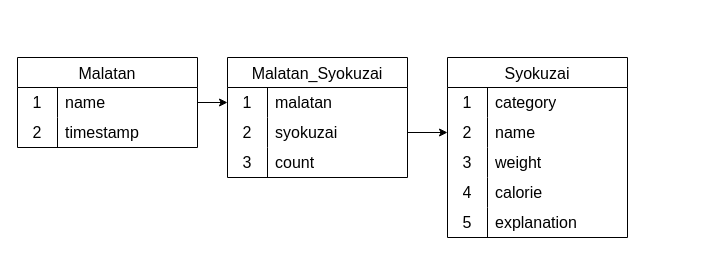
Before: public/er.dio in namerouboy/malatangenerator, a draw.io diagram. Source tidied: cells renumbered, new cells numbered last; positions are measured from the earlier drawing's top-left corner, leaving out a move shared by most shapes. Both pictures are drawn from the tidied source at 100%, with x=0, y=0 at pixel (17, 57).
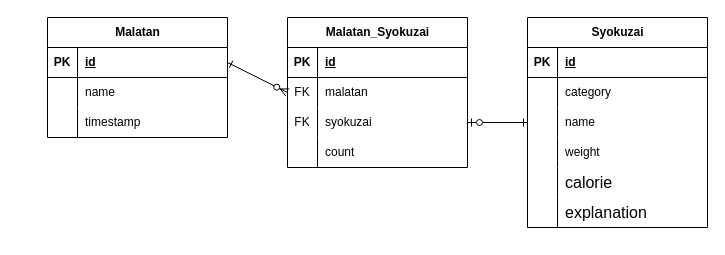
The same diagram, later.

Diff of the diagram source:
```diff
@@
-    <mxCell id="2" value="Syokuzai" style="shape=table;startSize=30;childLayout=tableLayout;rowLines=0;fontStyle=0;strokeColor=default;fontSize=16;" parent="1" vertex="1">
-      <mxGeometry x="430" width="180" height="180" as="geometry" />
-    </mxCell>
-    <mxCell id="3" style="shape=tableRow;horizontal=0;startSize=0;swimlaneHead=0;swimlaneBody=0;top=0;left=0;bottom=0;right=0;fillColor=none;strokeColor=inherit;fontSize=16;" parent="2" vertex="1">
-      <mxGeometry y="30" width="180" height="30" as="geometry" />
-    </mxCell>
-    <mxCell id="4" value="1" style="shape=partialRectangle;html=1;whiteSpace=wrap;fillColor=none;top=0;left=0;bottom=0;right=0;overflow=hidden;strokeColor=inherit;fontSize=16;" parent="3" vertex="1">
-      <mxGeometry width="40" height="30" as="geometry" />
-    </mxCell>
-    <mxCell id="5" value="category" style="shape=partialRectangle;html=1;whiteSpace=wrap;fillColor=none;top=0;left=0;bottom=0;right=0;align=left;spacingLeft=6;overflow=hidden;strokeColor=inherit;fontSize=16;" parent="3" vertex="1">
-      <mxGeometry x="40" width="140" height="30" as="geometry" />
-    </mxCell>
-    <mxCell id="6" style="shape=tableRow;horizontal=0;startSize=0;swimlaneHead=0;swimlaneBody=0;top=0;left=0;bottom=0;right=0;fillColor=none;points=[[0,0.5],[1,0.5]];portConstraint=eastwest;strokeColor=inherit;fontSize=16;" parent="2" vertex="1">
-      <mxGeometry y="60" width="180" height="30" as="geometry" />
-    </mxCell>
-    <mxCell id="7" value="2" style="shape=partialRectangle;html=1;whiteSpace=wrap;fillColor=none;top=0;left=0;bottom=0;right=0;overflow=hidden;strokeColor=inherit;fontSize=16;" parent="6" vertex="1">
-      <mxGeometry width="40" height="30" as="geometry" />
-    </mxCell>
-    <mxCell id="8" value="name" style="shape=partialRectangle;html=1;whiteSpace=wrap;fillColor=none;top=0;left=0;bottom=0;right=0;align=left;spacingLeft=6;overflow=hidden;strokeColor=inherit;fontSize=16;" parent="6" vertex="1">
-      <mxGeometry x="40" width="140" height="30" as="geometry" />
-    </mxCell>
-    <mxCell id="9" style="shape=tableRow;horizontal=0;startSize=0;swimlaneHead=0;swimlaneBody=0;top=0;left=0;bottom=0;right=0;fillColor=none;strokeColor=inherit;fontSize=16;" parent="2" vertex="1">
-      <mxGeometry y="90" width="180" height="30" as="geometry" />
-    </mxCell>
-    <mxCell id="10" value="3" style="shape=partialRectangle;html=1;whiteSpace=wrap;fillColor=none;top=0;left=0;bottom=0;right=0;overflow=hidden;strokeColor=inherit;fontSize=16;" parent="9" vertex="1">
-      <mxGeometry width="40" height="30" as="geometry" />
-    </mxCell>
-    <mxCell id="11" value="weight" style="shape=partialRectangle;html=1;whiteSpace=wrap;fillColor=none;top=0;left=0;bottom=0;right=0;align=left;spacingLeft=6;overflow=hidden;strokeColor=inherit;fontSize=16;" parent="9" vertex="1">
-      <mxGeometry x="40" width="140" height="30" as="geometry" />
-    </mxCell>
-    <mxCell id="12" style="shape=tableRow;horizontal=0;startSize=0;swimlaneHead=0;swimlaneBody=0;top=0;left=0;bottom=0;right=0;fillColor=none;strokeColor=inherit;fontSize=16;" parent="2" vertex="1">
-      <mxGeometry y="120" width="180" height="30" as="geometry" />
-    </mxCell>
-    <mxCell id="13" value="4" style="shape=partialRectangle;html=1;whiteSpace=wrap;fillColor=none;top=0;left=0;bottom=0;right=0;overflow=hidden;strokeColor=inherit;fontSize=16;" parent="12" vertex="1">
-      <mxGeometry width="40" height="30" as="geometry" />
-    </mxCell>
-    <mxCell id="14" value="calorie" style="shape=partialRectangle;html=1;whiteSpace=wrap;fillColor=none;top=0;left=0;bottom=0;right=0;align=left;spacingLeft=6;overflow=hidden;strokeColor=inherit;fontSize=16;" parent="12" vertex="1">
-      <mxGeometry x="40" width="140" height="30" as="geometry" />
-    </mxCell>
-    <mxCell id="15" style="shape=tableRow;horizontal=0;startSize=0;swimlaneHead=0;swimlaneBody=0;top=0;left=0;bottom=0;right=0;fillColor=none;strokeColor=inherit;fontSize=16;" parent="2" vertex="1">
-      <mxGeometry y="150" width="180" height="30" as="geometry" />
-    </mxCell>
-    <mxCell id="16" value="5" style="shape=partialRectangle;html=1;whiteSpace=wrap;fillColor=none;top=0;left=0;bottom=0;right=0;overflow=hidden;strokeColor=inherit;fontSize=16;" parent="15" vertex="1">
-      <mxGeometry width="40" height="30" as="geometry" />
-    </mxCell>
-    <mxCell id="17" value="explanation" style="shape=partialRectangle;html=1;whiteSpace=wrap;fillColor=none;top=0;left=0;bottom=0;right=0;align=left;spacingLeft=6;overflow=hidden;strokeColor=inherit;fontSize=16;" parent="15" vertex="1">
-      <mxGeometry x="40" width="140" height="30" as="geometry" />
-    </mxCell>
+    <mxCell id="37" style="fontSize=12;html=1;endArrow=ERzeroToMany;startArrow=ERone;exitX=1;exitY=0.5;exitDx=0;exitDy=0;entryX=0;entryY=0.5;entryDx=0;entryDy=0;startFill=0;" parent="1" edge="1" source="39" target="50">
+      <mxGeometry relative="1" as="geometry" />
+    </mxCell>
+    <mxCell id="38" style="fontSize=12;html=1;endArrow=ERone;startArrow=ERzeroToOne;exitX=1;exitY=0.5;exitDx=0;exitDy=0;entryX=0;entryY=0.5;entryDx=0;entryDy=0;startFill=0;endFill=0;" parent="1" edge="1" source="52" target="61">
+      <mxGeometry relative="1" as="geometry" />
+    </mxCell>
-    <mxCell id="18" value="Malatan" style="shape=table;startSize=30;childLayout=tableLayout;rowLines=0;fontStyle=0;strokeColor=default;fontSize=16;" parent="1" vertex="1">
-      <mxGeometry width="180" height="90" as="geometry" />
+    <mxCell id="18" value="Malatan" style="shape=table;startSize=30;childLayout=tableLayout;rowLines=0;fontStyle=1;align=center;html=1;" parent="1" vertex="1">
+      <mxGeometry x="30" y="-40" width="180" height="120" as="geometry" />
     </mxCell>
-    <mxCell id="19" style="shape=tableRow;horizontal=0;startSize=0;swimlaneHead=0;swimlaneBody=0;top=0;left=0;bottom=0;right=0;fillColor=none;points=[[0,0.5],[1,0.5]];portConstraint=eastwest;strokeColor=inherit;fontSize=16;" parent="18" vertex="1">
-      <mxGeometry y="30" width="180" height="30" as="geometry" />
-    </mxCell>
-    <mxCell id="20" value="1" style="shape=partialRectangle;html=1;whiteSpace=wrap;fillColor=none;top=0;left=0;bottom=0;right=0;overflow=hidden;strokeColor=inherit;fontSize=16;" parent="19" vertex="1">
-      <mxGeometry width="40" height="30" as="geometry" />
-    </mxCell>
-    <mxCell id="21" value="name" style="shape=partialRectangle;html=1;whiteSpace=wrap;fillColor=none;top=0;left=0;bottom=0;right=0;align=left;spacingLeft=6;overflow=hidden;strokeColor=inherit;fontSize=16;" parent="19" vertex="1">
-      <mxGeometry x="40" width="140" height="30" as="geometry" />
-    </mxCell>
-    <mxCell id="22" style="shape=tableRow;horizontal=0;startSize=0;swimlaneHead=0;swimlaneBody=0;top=0;left=0;bottom=0;right=0;fillColor=none;strokeColor=inherit;fontSize=16;" parent="18" vertex="1">
-      <mxGeometry y="60" width="180" height="30" as="geometry" />
-    </mxCell>
-    <mxCell id="23" value="2" style="shape=partialRectangle;html=1;whiteSpace=wrap;fillColor=none;top=0;left=0;bottom=0;right=0;overflow=hidden;strokeColor=inherit;fontSize=16;" parent="22" vertex="1">
-      <mxGeometry width="40" height="30" as="geometry" />
-    </mxCell>
+    <mxCell id="39" style="shape=tableRow;horizontal=0;startSize=0;swimlaneHead=0;swimlaneBody=0;fillColor=none;points=[[0,0.5],[1,0.5]];portConstraint=eastwest;top=0;left=0;right=0;bottom=1;" parent="18" vertex="1">
+      <mxGeometry y="30" width="180" height="30" as="geometry" />
+    </mxCell>
+    <mxCell id="40" value="PK" style="shape=partialRectangle;fillColor=none;top=0;left=0;bottom=0;right=0;fontStyle=1;overflow=hidden;whiteSpace=wrap;html=1;" parent="39" vertex="1">
+      <mxGeometry width="30" height="30" as="geometry" />
+    </mxCell>
+    <mxCell id="41" value="id" style="shape=partialRectangle;fillColor=none;top=0;left=0;bottom=0;right=0;align=left;spacingLeft=6;fontStyle=5;overflow=hidden;whiteSpace=wrap;html=1;" parent="39" vertex="1">
+      <mxGeometry x="30" width="150" height="30" as="geometry" />
+    </mxCell>
+    <mxCell id="42" style="shape=tableRow;horizontal=0;startSize=0;swimlaneHead=0;swimlaneBody=0;fillColor=none;top=0;left=0;right=0;bottom=0;" parent="18" vertex="1">
+      <mxGeometry y="60" width="180" height="30" as="geometry" />
+    </mxCell>
+    <mxCell id="43" style="shape=partialRectangle;fillColor=none;top=0;left=0;bottom=0;right=0;overflow=hidden;whiteSpace=wrap;html=1;" parent="42" vertex="1">
+      <mxGeometry width="30" height="30" as="geometry" />
+    </mxCell>
+    <mxCell id="44" value="name" style="shape=partialRectangle;fillColor=none;top=0;left=0;bottom=0;right=0;align=left;spacingLeft=6;overflow=hidden;whiteSpace=wrap;html=1;" parent="42" vertex="1">
+      <mxGeometry x="30" width="150" height="30" as="geometry" />
+    </mxCell>
+    <mxCell id="45" style="shape=tableRow;horizontal=0;startSize=0;swimlaneHead=0;swimlaneBody=0;fillColor=none;top=0;left=0;right=0;bottom=0;" parent="18" vertex="1">
+      <mxGeometry y="90" width="180" height="30" as="geometry" />
+    </mxCell>
+    <mxCell id="46" style="shape=partialRectangle;fillColor=none;top=0;left=0;bottom=0;right=0;overflow=hidden;whiteSpace=wrap;html=1;" parent="45" vertex="1">
+      <mxGeometry width="30" height="30" as="geometry" />
+    </mxCell>
-    <mxCell id="24" value="timestamp" style="shape=partialRectangle;html=1;whiteSpace=wrap;fillColor=none;top=0;left=0;bottom=0;right=0;align=left;spacingLeft=6;overflow=hidden;strokeColor=inherit;fontSize=16;" parent="22" vertex="1">
-      <mxGeometry x="40" width="140" height="30" as="geometry" />
+    <mxCell id="24" value="timestamp" style="shape=partialRectangle;fillColor=none;top=0;left=0;bottom=0;right=0;align=left;spacingLeft=6;overflow=hidden;whiteSpace=wrap;html=1;" parent="45" vertex="1">
+      <mxGeometry x="30" width="150" height="30" as="geometry" />
     </mxCell>
-    <mxCell id="25" value="Malatan_Syokuzai" style="shape=table;startSize=30;childLayout=tableLayout;rowLines=0;fontStyle=0;strokeColor=default;fontSize=16;" parent="1" vertex="1">
-      <mxGeometry x="210" width="180" height="120" as="geometry" />
+    <mxCell id="25" value="Malatan_Syokuzai" style="shape=table;startSize=30;childLayout=tableLayout;rowLines=0;fontStyle=1;align=center;html=1;" parent="1" vertex="1">
+      <mxGeometry x="270" y="-40" width="180" height="150" as="geometry" />
     </mxCell>
-    <mxCell id="26" style="shape=tableRow;horizontal=0;startSize=0;swimlaneHead=0;swimlaneBody=0;top=0;left=0;bottom=0;right=0;fillColor=none;points=[[0,0.5],[1,0.5]];portConstraint=eastwest;strokeColor=inherit;fontSize=16;" parent="25" vertex="1">
-      <mxGeometry y="30" width="180" height="30" as="geometry" />
-    </mxCell>
-    <mxCell id="27" value="1" style="shape=partialRectangle;html=1;whiteSpace=wrap;fillColor=none;top=0;left=0;bottom=0;right=0;overflow=hidden;strokeColor=inherit;fontSize=16;" parent="26" vertex="1">
-      <mxGeometry width="40" height="30" as="geometry" />
-    </mxCell>
+    <mxCell id="47" style="shape=tableRow;horizontal=0;startSize=0;swimlaneHead=0;swimlaneBody=0;fillColor=none;top=0;left=0;right=0;bottom=1;" parent="25" vertex="1">
+      <mxGeometry y="30" width="180" height="30" as="geometry" />
+    </mxCell>
+    <mxCell id="48" value="PK" style="shape=partialRectangle;fillColor=none;top=0;left=0;bottom=0;right=0;fontStyle=1;overflow=hidden;whiteSpace=wrap;html=1;" parent="47" vertex="1">
+      <mxGeometry width="30" height="30" as="geometry" />
+    </mxCell>
+    <mxCell id="49" value="id" style="shape=partialRectangle;fillColor=none;top=0;left=0;bottom=0;right=0;align=left;spacingLeft=6;fontStyle=5;overflow=hidden;whiteSpace=wrap;html=1;" parent="47" vertex="1">
+      <mxGeometry x="30" width="150" height="30" as="geometry" />
+    </mxCell>
+    <mxCell id="50" style="shape=tableRow;horizontal=0;startSize=0;swimlaneHead=0;swimlaneBody=0;fillColor=none;points=[[0,0.5],[1,0.5]];portConstraint=eastwest;top=0;left=0;right=0;bottom=0;" parent="25" vertex="1">
+      <mxGeometry y="60" width="180" height="30" as="geometry" />
+    </mxCell>
+    <mxCell id="51" value="FK" style="shape=partialRectangle;fillColor=none;top=0;left=0;bottom=0;right=0;overflow=hidden;whiteSpace=wrap;html=1;" parent="50" vertex="1">
+      <mxGeometry width="30" height="30" as="geometry" />
+    </mxCell>
-    <mxCell id="28" value="malatan" style="shape=partialRectangle;html=1;whiteSpace=wrap;fillColor=none;top=0;left=0;bottom=0;right=0;align=left;spacingLeft=6;overflow=hidden;strokeColor=inherit;fontSize=16;" parent="26" vertex="1">
-      <mxGeometry x="40" width="140" height="30" as="geometry" />
+    <mxCell id="28" value="malatan" style="shape=partialRectangle;fillColor=none;top=0;left=0;bottom=0;right=0;align=left;spacingLeft=6;overflow=hidden;whiteSpace=wrap;html=1;" parent="50" vertex="1">
+      <mxGeometry x="30" width="150" height="30" as="geometry" />
     </mxCell>
-    <mxCell id="29" style="shape=tableRow;horizontal=0;startSize=0;swimlaneHead=0;swimlaneBody=0;top=0;left=0;bottom=0;right=0;fillColor=none;points=[[0,0.5],[1,0.5]];portConstraint=eastwest;strokeColor=inherit;fontSize=16;" parent="25" vertex="1">
-      <mxGeometry y="60" width="180" height="30" as="geometry" />
-    </mxCell>
-    <mxCell id="30" value="2" style="shape=partialRectangle;html=1;whiteSpace=wrap;fillColor=none;top=0;left=0;bottom=0;right=0;overflow=hidden;strokeColor=inherit;fontSize=16;" parent="29" vertex="1">
-      <mxGeometry width="40" height="30" as="geometry" />
-    </mxCell>
+    <mxCell id="52" style="shape=tableRow;horizontal=0;startSize=0;swimlaneHead=0;swimlaneBody=0;fillColor=none;points=[[0,0.5],[1,0.5]];portConstraint=eastwest;top=0;left=0;right=0;bottom=0;" parent="25" vertex="1">
+      <mxGeometry y="90" width="180" height="30" as="geometry" />
+    </mxCell>
+    <mxCell id="53" value="FK" style="shape=partialRectangle;fillColor=none;top=0;left=0;bottom=0;right=0;overflow=hidden;whiteSpace=wrap;html=1;" parent="52" vertex="1">
+      <mxGeometry width="30" height="30" as="geometry" />
+    </mxCell>
-    <mxCell id="31" value="syokuzai" style="shape=partialRectangle;html=1;whiteSpace=wrap;fillColor=none;top=0;left=0;bottom=0;right=0;align=left;spacingLeft=6;overflow=hidden;strokeColor=inherit;fontSize=16;" parent="29" vertex="1">
-      <mxGeometry x="40" width="140" height="30" as="geometry" />
+    <mxCell id="31" value="syokuzai" style="shape=partialRectangle;fillColor=none;top=0;left=0;bottom=0;right=0;align=left;spacingLeft=6;overflow=hidden;whiteSpace=wrap;html=1;" parent="52" vertex="1">
+      <mxGeometry x="30" width="150" height="30" as="geometry" />
     </mxCell>
-    <mxCell id="32" style="shape=tableRow;horizontal=0;startSize=0;swimlaneHead=0;swimlaneBody=0;top=0;left=0;bottom=0;right=0;fillColor=none;strokeColor=inherit;fontSize=16;" parent="25" vertex="1">
-      <mxGeometry y="90" width="180" height="30" as="geometry" />
-    </mxCell>
-    <mxCell id="33" value="3" style="shape=partialRectangle;html=1;whiteSpace=wrap;fillColor=none;top=0;left=0;bottom=0;right=0;overflow=hidden;strokeColor=inherit;fontSize=16;" parent="32" vertex="1">
-      <mxGeometry width="40" height="30" as="geometry" />
-    </mxCell>
+    <mxCell id="54" style="shape=tableRow;horizontal=0;startSize=0;swimlaneHead=0;swimlaneBody=0;fillColor=none;top=0;left=0;right=0;bottom=0;" parent="25" vertex="1">
+      <mxGeometry y="120" width="180" height="30" as="geometry" />
+    </mxCell>
+    <mxCell id="55" style="shape=partialRectangle;fillColor=none;top=0;left=0;bottom=0;right=0;overflow=hidden;whiteSpace=wrap;html=1;" parent="54" vertex="1">
+      <mxGeometry width="30" height="30" as="geometry" />
+    </mxCell>
-    <mxCell id="34" value="count" style="shape=partialRectangle;html=1;whiteSpace=wrap;fillColor=none;top=0;left=0;bottom=0;right=0;align=left;spacingLeft=6;overflow=hidden;strokeColor=inherit;fontSize=16;" parent="32" vertex="1">
-      <mxGeometry x="40" width="140" height="30" as="geometry" />
+    <mxCell id="34" value="count" style="shape=partialRectangle;fillColor=none;top=0;left=0;bottom=0;right=0;align=left;spacingLeft=6;overflow=hidden;whiteSpace=wrap;html=1;" parent="54" vertex="1">
+      <mxGeometry x="30" width="150" height="30" as="geometry" />
     </mxCell>
-    <mxCell id="35" style="edgeStyle=none;html=1;exitX=1;exitY=0.5;exitDx=0;exitDy=0;entryX=0;entryY=0.5;entryDx=0;entryDy=0;" parent="1" edge="1" source="19" target="26">
-      <mxGeometry relative="1" as="geometry" />
-    </mxCell>
-    <mxCell id="36" style="edgeStyle=none;html=1;exitX=1;exitY=0.5;exitDx=0;exitDy=0;" parent="1" edge="1" source="29" target="6">
-      <mxGeometry relative="1" as="geometry" />
-    </mxCell>
+    <mxCell id="2" value="Syokuzai" style="shape=table;startSize=30;childLayout=tableLayout;rowLines=0;fontStyle=1;align=center;html=1;" parent="1" vertex="1">
+      <mxGeometry x="510" y="-40" width="180" height="210" as="geometry" />
+    </mxCell>
+    <mxCell id="56" style="shape=tableRow;horizontal=0;startSize=0;swimlaneHead=0;swimlaneBody=0;fillColor=none;top=0;left=0;right=0;bottom=1;" parent="2" vertex="1">
+      <mxGeometry y="30" width="180" height="30" as="geometry" />
+    </mxCell>
+    <mxCell id="57" value="PK" style="shape=partialRectangle;fillColor=none;top=0;left=0;bottom=0;right=0;fontStyle=1;overflow=hidden;whiteSpace=wrap;html=1;" parent="56" vertex="1">
+      <mxGeometry width="30" height="30" as="geometry" />
+    </mxCell>
+    <mxCell id="58" value="id" style="shape=partialRectangle;fillColor=none;top=0;left=0;bottom=0;right=0;align=left;spacingLeft=6;fontStyle=5;overflow=hidden;whiteSpace=wrap;html=1;" parent="56" vertex="1">
+      <mxGeometry x="30" width="150" height="30" as="geometry" />
+    </mxCell>
+    <mxCell id="59" style="shape=tableRow;horizontal=0;startSize=0;swimlaneHead=0;swimlaneBody=0;fillColor=none;top=0;left=0;right=0;bottom=0;" parent="2" vertex="1">
+      <mxGeometry y="60" width="180" height="30" as="geometry" />
+    </mxCell>
+    <mxCell id="60" style="shape=partialRectangle;fillColor=none;top=0;left=0;bottom=0;right=0;overflow=hidden;whiteSpace=wrap;html=1;" parent="59" vertex="1">
+      <mxGeometry width="30" height="30" as="geometry" />
+    </mxCell>
+    <mxCell id="5" value="category" style="shape=partialRectangle;fillColor=none;top=0;left=0;bottom=0;right=0;align=left;spacingLeft=6;overflow=hidden;whiteSpace=wrap;html=1;" parent="59" vertex="1">
+      <mxGeometry x="30" width="150" height="30" as="geometry" />
+    </mxCell>
+    <mxCell id="61" style="shape=tableRow;horizontal=0;startSize=0;swimlaneHead=0;swimlaneBody=0;fillColor=none;points=[[0,0.5],[1,0.5]];portConstraint=eastwest;top=0;left=0;right=0;bottom=0;" parent="2" vertex="1">
+      <mxGeometry y="90" width="180" height="30" as="geometry" />
+    </mxCell>
+    <mxCell id="62" style="shape=partialRectangle;fillColor=none;top=0;left=0;bottom=0;right=0;overflow=hidden;whiteSpace=wrap;html=1;" parent="61" vertex="1">
+      <mxGeometry width="30" height="30" as="geometry" />
+    </mxCell>
+    <mxCell id="63" value="name" style="shape=partialRectangle;fillColor=none;top=0;left=0;bottom=0;right=0;align=left;spacingLeft=6;overflow=hidden;whiteSpace=wrap;html=1;" parent="61" vertex="1">
+      <mxGeometry x="30" width="150" height="30" as="geometry" />
+    </mxCell>
+    <mxCell id="64" style="shape=tableRow;horizontal=0;startSize=0;swimlaneHead=0;swimlaneBody=0;fillColor=none;top=0;left=0;right=0;bottom=0;" parent="2" vertex="1">
+      <mxGeometry y="120" width="180" height="30" as="geometry" />
+    </mxCell>
+    <mxCell id="65" style="shape=partialRectangle;fillColor=none;top=0;left=0;bottom=0;right=0;overflow=hidden;whiteSpace=wrap;html=1;" parent="64" vertex="1">
+      <mxGeometry width="30" height="30" as="geometry" />
+    </mxCell>
+    <mxCell id="11" value="weight" style="shape=partialRectangle;fillColor=none;top=0;left=0;bottom=0;right=0;align=left;spacingLeft=6;overflow=hidden;whiteSpace=wrap;html=1;" parent="64" vertex="1">
+      <mxGeometry x="30" width="150" height="30" as="geometry" />
+    </mxCell>
+    <mxCell id="66" style="shape=tableRow;horizontal=0;startSize=0;swimlaneHead=0;swimlaneBody=0;fillColor=none;top=0;left=0;right=0;bottom=0;" parent="2" vertex="1">
+      <mxGeometry y="150" width="180" height="30" as="geometry" />
+    </mxCell>
+    <mxCell id="67" style="shape=partialRectangle;fillColor=none;top=0;left=0;bottom=0;right=0;overflow=hidden;whiteSpace=wrap;html=1;" parent="66" vertex="1">
+      <mxGeometry width="30" height="30" as="geometry" />
+    </mxCell>
+    <mxCell id="14" value="&lt;span style=&quot;color: rgb(0, 0, 0); font-size: 16px;&quot;&gt;calorie&lt;/span&gt;" style="shape=partialRectangle;fillColor=none;top=0;left=0;bottom=0;right=0;align=left;spacingLeft=6;overflow=hidden;whiteSpace=wrap;html=1;" parent="66" vertex="1">
+      <mxGeometry x="30" width="150" height="30" as="geometry" />
+    </mxCell>
+    <mxCell id="68" style="shape=tableRow;horizontal=0;startSize=0;swimlaneHead=0;swimlaneBody=0;fillColor=none;top=0;left=0;right=0;bottom=0;" parent="2" vertex="1">
+      <mxGeometry y="180" width="180" height="30" as="geometry" />
+    </mxCell>
+    <mxCell id="69" style="shape=partialRectangle;fillColor=none;top=0;left=0;bottom=0;right=0;overflow=hidden;whiteSpace=wrap;html=1;" parent="68" vertex="1">
+      <mxGeometry width="30" height="30" as="geometry" />
+    </mxCell>
+    <mxCell id="17" value="&lt;span style=&quot;color: rgb(0, 0, 0); font-size: 16px;&quot;&gt;explanation&lt;/span&gt;" style="shape=partialRectangle;fillColor=none;top=0;left=0;bottom=0;right=0;align=left;spacingLeft=6;overflow=hidden;whiteSpace=wrap;html=1;" parent="68" vertex="1">
+      <mxGeometry x="30" width="150" height="30" as="geometry" />
+    </mxCell>
```
